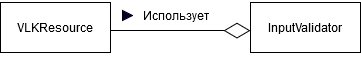
This is src/main/resources/documentation/Уточнённая диаграмма классов пакета resource.drawio.png from VladBaton/vlk, a draw.io export, as it was before one commit. Source tidied: cells renumbered, new cells last; positions are measured from the earlier drawing's top-left corner, leaving out a move shared by most shapes.
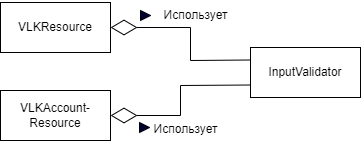
Above is the later version.

What changed in the source:
```diff
@@ -6,19 +6,38 @@
       <mxGeometry y="2" width="110" height="50" as="geometry" />
     </mxCell>
     <mxCell id="3" value="InputValidator" style="html=1;whiteSpace=wrap;" parent="1" vertex="1">
-      <mxGeometry x="250" y="2" width="110" height="50" as="geometry" />
+      <mxGeometry x="250" y="47" width="110" height="50" as="geometry" />
     </mxCell>
     <mxCell id="4" style="triangle;whiteSpace=wrap;html=1;fillColor=#000033;" parent="1" vertex="1">
-      <mxGeometry x="122" y="10" width="10" height="10" as="geometry" />
+      <mxGeometry x="140" y="10" width="10" height="10" as="geometry" />
     </mxCell>
     <mxCell id="5" value="Использует" style="text;html=1;align=center;verticalAlign=middle;strokeColor=none;fillColor=none;" parent="1" vertex="1">
-      <mxGeometry x="130" width="90" height="30" as="geometry" />
+      <mxGeometry x="150" width="90" height="30" as="geometry" />
     </mxCell>
-    <mxCell id="6" style="endArrow=diamondThin;endFill=0;endSize=24;html=1;rounded=0;" parent="1" edge="1">
-      <mxGeometry relative="1" as="geometry">
-        <mxPoint x="110" y="30" as="sourcePoint" />
-        <mxPoint x="250" y="30" as="targetPoint" />
-      </mxGeometry>
-    </mxCell>
+    <mxCell id="7" value="VLKAccount-&lt;br&gt;Resource" style="html=1;whiteSpace=wrap;" parent="1" vertex="1">
+      <mxGeometry y="90" width="110" height="50" as="geometry" />
+    </mxCell>
+    <mxCell id="8" style="triangle;whiteSpace=wrap;html=1;fillColor=#000033;" parent="1" vertex="1">
+      <mxGeometry x="139" y="122" width="10" height="10" as="geometry" />
+    </mxCell>
+    <mxCell id="9" value="Использует" style="text;html=1;align=center;verticalAlign=middle;strokeColor=none;fillColor=none;" parent="1" vertex="1">
+      <mxGeometry x="140" y="114" width="90" height="30" as="geometry" />
+    </mxCell>
+    <mxCell id="10" style="endArrow=diamondThin;endFill=0;endSize=24;html=1;rounded=0;exitX=0;exitY=0.75;exitDx=0;exitDy=0;entryX=1;entryY=0.5;entryDx=0;entryDy=0;" parent="1" edge="1" source="3" target="7">
+      <mxGeometry relative="1" as="geometry">
+        <Array as="points">
+          <mxPoint x="180" y="85" />
+          <mxPoint x="180" y="115" />
+        </Array>
+      </mxGeometry>
+    </mxCell>
+    <mxCell id="11" style="endArrow=diamondThin;endFill=0;endSize=24;html=1;rounded=0;exitX=0;exitY=0.25;exitDx=0;exitDy=0;entryX=1;entryY=0.5;entryDx=0;entryDy=0;" parent="1" edge="1" source="3" target="2">
+      <mxGeometry relative="1" as="geometry">
+        <Array as="points">
+          <mxPoint x="190" y="60" />
+          <mxPoint x="190" y="27" />
+        </Array>
+      </mxGeometry>
+    </mxCell>
   </root>
 </mxGraphModel>
```
